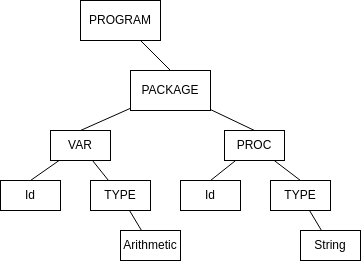
Earlier version of the draw.io export assets/img/parsetree-example.drawio.png (lhahner/aspekte-formale-uebersetzung-programmiersprachen). Source tidied: cells renumbered, new cells last; positions are measured from the earlier drawing's top-left corner, leaving out a move shared by most shapes.
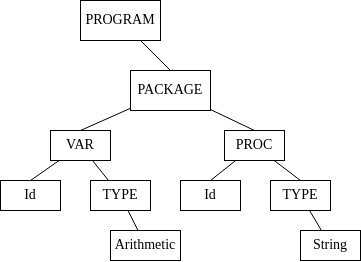
After the change.

Change to the diagram source:
```diff
@@ -2,61 +2,61 @@
   <root>
     <mxCell id="0" />
     <mxCell id="1" parent="0" />
-    <mxCell id="2" style="rounded=0;jettySize=auto;html=1;entryX=0.5;entryY=0;entryDx=0;entryDy=0;endArrow=none;endFill=0;" parent="1" edge="1" source="3" target="8">
+    <mxCell id="2" style="rounded=0;jettySize=auto;html=1;entryX=0.5;entryY=0;entryDx=0;entryDy=0;endArrow=none;endFill=0;fontFamily=Semi Serif;fontSize=14;" parent="1" edge="1" source="3" target="8">
       <mxGeometry relative="1" as="geometry" />
     </mxCell>
-    <mxCell id="3" value="PROGRAM" style="rounded=0;whiteSpace=wrap;html=1;" parent="1" vertex="1">
+    <mxCell id="3" value="PROGRAM" style="rounded=0;whiteSpace=wrap;html=1;fontFamily=Semi Serif;fontSize=14;" parent="1" vertex="1">
       <mxGeometry x="80" width="80" height="40" as="geometry" />
     </mxCell>
-    <mxCell id="4" style="rounded=0;jettySize=auto;html=1;entryX=0.5;entryY=0;entryDx=0;entryDy=0;endArrow=none;endFill=0;" parent="1" edge="1" source="6" target="15">
+    <mxCell id="4" style="rounded=0;jettySize=auto;html=1;entryX=0.5;entryY=0;entryDx=0;entryDy=0;endArrow=none;endFill=0;fontFamily=Semi Serif;fontSize=14;" parent="1" edge="1" source="6" target="15">
       <mxGeometry relative="1" as="geometry" />
     </mxCell>
-    <mxCell id="5" style="rounded=0;jettySize=auto;html=1;endArrow=none;endFill=0;" parent="1" edge="1" source="6" target="17">
+    <mxCell id="5" style="rounded=0;jettySize=auto;html=1;endArrow=none;endFill=0;fontFamily=Semi Serif;fontSize=14;" parent="1" edge="1" source="6" target="17">
       <mxGeometry relative="1" as="geometry" />
     </mxCell>
-    <mxCell id="6" value="VAR" style="rounded=0;whiteSpace=wrap;html=1;" parent="1" vertex="1">
+    <mxCell id="6" value="VAR" style="rounded=0;whiteSpace=wrap;html=1;fontFamily=Semi Serif;fontSize=14;" parent="1" vertex="1">
       <mxGeometry x="50" y="130" width="60" height="30" as="geometry" />
     </mxCell>
-    <mxCell id="7" style="rounded=0;jettySize=auto;html=1;entryX=0.5;entryY=0;entryDx=0;entryDy=0;endArrow=none;endFill=0;" parent="1" edge="1" source="8" target="6">
+    <mxCell id="7" style="rounded=0;jettySize=auto;html=1;entryX=0.5;entryY=0;entryDx=0;entryDy=0;endArrow=none;endFill=0;fontFamily=Semi Serif;fontSize=14;" parent="1" edge="1" source="8" target="6">
       <mxGeometry relative="1" as="geometry" />
     </mxCell>
-    <mxCell id="8" value="PACKAGE" style="rounded=0;whiteSpace=wrap;html=1;" parent="1" vertex="1">
+    <mxCell id="8" value="PACKAGE" style="rounded=0;whiteSpace=wrap;html=1;fontFamily=Semi Serif;fontSize=14;" parent="1" vertex="1">
       <mxGeometry x="130" y="70" width="80" height="40" as="geometry" />
     </mxCell>
-    <mxCell id="9" style="rounded=0;jettySize=auto;html=1;entryX=0.5;entryY=0;entryDx=0;entryDy=0;endArrow=none;endFill=0;" parent="1" edge="1" source="11" target="12">
+    <mxCell id="9" style="rounded=0;jettySize=auto;html=1;entryX=0.5;entryY=0;entryDx=0;entryDy=0;endArrow=none;endFill=0;fontFamily=Semi Serif;fontSize=14;" parent="1" edge="1" source="11" target="12">
       <mxGeometry relative="1" as="geometry" />
     </mxCell>
-    <mxCell id="10" style="rounded=0;jettySize=auto;html=1;entryX=0.5;entryY=0;entryDx=0;entryDy=0;endArrow=none;endFill=0;" parent="1" edge="1" source="11" target="14">
+    <mxCell id="10" style="rounded=0;jettySize=auto;html=1;entryX=0.5;entryY=0;entryDx=0;entryDy=0;endArrow=none;endFill=0;fontFamily=Semi Serif;fontSize=14;" parent="1" edge="1" source="11" target="14">
       <mxGeometry relative="1" as="geometry" />
     </mxCell>
-    <mxCell id="11" value="PROC" style="rounded=0;whiteSpace=wrap;html=1;" parent="1" vertex="1">
+    <mxCell id="11" value="PROC" style="rounded=0;whiteSpace=wrap;html=1;fontFamily=Semi Serif;fontSize=14;" parent="1" vertex="1">
       <mxGeometry x="224" y="130" width="60" height="30" as="geometry" />
     </mxCell>
-    <mxCell id="12" value="Id" style="rounded=0;whiteSpace=wrap;html=1;" parent="1" vertex="1">
+    <mxCell id="12" value="Id" style="rounded=0;whiteSpace=wrap;html=1;fontFamily=Semi Serif;fontSize=14;" parent="1" vertex="1">
       <mxGeometry x="180" y="180" width="60" height="30" as="geometry" />
     </mxCell>
-    <mxCell id="13" style="rounded=0;jettySize=auto;html=1;endArrow=none;endFill=0;" parent="1" edge="1" source="14" target="19">
+    <mxCell id="13" style="rounded=0;jettySize=auto;html=1;endArrow=none;endFill=0;fontFamily=Semi Serif;fontSize=14;" parent="1" edge="1" source="14" target="19">
       <mxGeometry relative="1" as="geometry" />
     </mxCell>
-    <mxCell id="14" value="TYPE" style="rounded=0;whiteSpace=wrap;html=1;" parent="1" vertex="1">
+    <mxCell id="14" value="TYPE" style="rounded=0;whiteSpace=wrap;html=1;fontFamily=Semi Serif;fontSize=14;" parent="1" vertex="1">
       <mxGeometry x="270" y="180" width="60" height="30" as="geometry" />
     </mxCell>
-    <mxCell id="15" value="Id" style="rounded=0;whiteSpace=wrap;html=1;" parent="1" vertex="1">
+    <mxCell id="15" value="Id" style="rounded=0;whiteSpace=wrap;html=1;fontFamily=Semi Serif;fontSize=14;" parent="1" vertex="1">
       <mxGeometry y="180" width="60" height="30" as="geometry" />
     </mxCell>
-    <mxCell id="16" style="rounded=0;jettySize=auto;html=1;endArrow=none;endFill=0;" parent="1" edge="1" source="17" target="18">
+    <mxCell id="16" style="rounded=0;jettySize=auto;html=1;endArrow=none;endFill=0;fontFamily=Semi Serif;fontSize=14;" parent="1" edge="1" source="17" target="18">
       <mxGeometry relative="1" as="geometry" />
     </mxCell>
-    <mxCell id="17" value="TYPE" style="rounded=0;whiteSpace=wrap;html=1;" parent="1" vertex="1">
+    <mxCell id="17" value="TYPE" style="rounded=0;whiteSpace=wrap;html=1;fontFamily=Semi Serif;fontSize=14;" parent="1" vertex="1">
       <mxGeometry x="90" y="180" width="60" height="30" as="geometry" />
     </mxCell>
-    <mxCell id="18" value="Arithmetic" style="rounded=0;whiteSpace=wrap;html=1;" parent="1" vertex="1">
-      <mxGeometry x="120" y="230" width="60" height="30" as="geometry" />
+    <mxCell id="18" value="Arithmetic" style="rounded=0;whiteSpace=wrap;html=1;fontFamily=Semi Serif;fontSize=14;" parent="1" vertex="1">
+      <mxGeometry x="110" y="230" width="70" height="30" as="geometry" />
     </mxCell>
-    <mxCell id="19" value="String" style="rounded=0;whiteSpace=wrap;html=1;" parent="1" vertex="1">
+    <mxCell id="19" value="String" style="rounded=0;whiteSpace=wrap;html=1;fontFamily=Semi Serif;fontSize=14;" parent="1" vertex="1">
       <mxGeometry x="300" y="230" width="60" height="30" as="geometry" />
     </mxCell>
-    <mxCell id="20" style="rounded=0;jettySize=auto;html=1;entryX=0.5;entryY=0;entryDx=0;entryDy=0;endArrow=none;endFill=0;" parent="1" edge="1" source="8" target="11">
+    <mxCell id="20" style="rounded=0;jettySize=auto;html=1;entryX=0.5;entryY=0;entryDx=0;entryDy=0;endArrow=none;endFill=0;fontFamily=Semi Serif;fontSize=14;" parent="1" edge="1" source="8" target="11">
       <mxGeometry relative="1" as="geometry" />
     </mxCell>
   </root>
```
